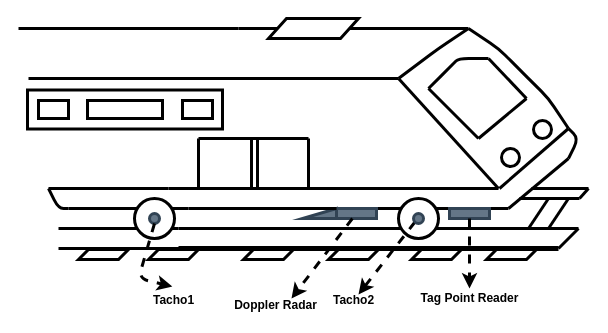
Above: page "Page-2" (2 of 5) of Untitled Diagram.drawio in burakbasaraann/drawing (draw.io), before the change. Source tidied: cells renumbered, new cells numbered last; positions are measured from the earlier drawing's top-left corner, leaving out a move shared by most shapes. Both pictures are drawn from the tidied source at 100%, with x=0, y=0 at pixel (18, 18).
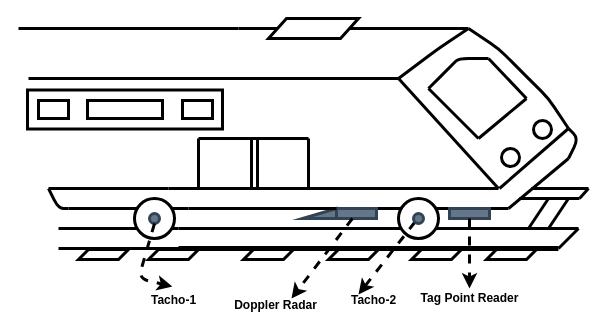
After the change.

The edit, as a diff of the source:
```diff
@@
-    <mxCell id="34" value="Tacho1" style="text;html=1;align=center;verticalAlign=middle;points=[];fontSize=12;fontFamily=Helvetica;strokeWidth=3;fontStyle=1;" parent="1" vertex="1">
+    <mxCell id="34" value="Tacho-1" style="text;html=1;align=center;verticalAlign=middle;points=[];fontSize=12;fontFamily=Helvetica;strokeWidth=3;fontStyle=1;" parent="1" vertex="1">
       <mxGeometry x="125" y="272" width="60" height="20" as="geometry" />
     </mxCell>
@@
-    <mxCell id="36" value="Tacho2" style="text;html=1;align=center;verticalAlign=middle;fontSize=12;fontFamily=Helvetica;strokeWidth=3;fontStyle=1;" parent="1" vertex="1">
-      <mxGeometry x="305" y="272" width="60" height="20" as="geometry" />
+    <mxCell id="36" value="Tacho-2" style="text;html=1;align=center;verticalAlign=middle;fontSize=12;fontFamily=Helvetica;strokeWidth=3;fontStyle=1;" parent="1" vertex="1">
+      <mxGeometry x="325" y="272" width="60" height="20" as="geometry" />
     </mxCell>
```
